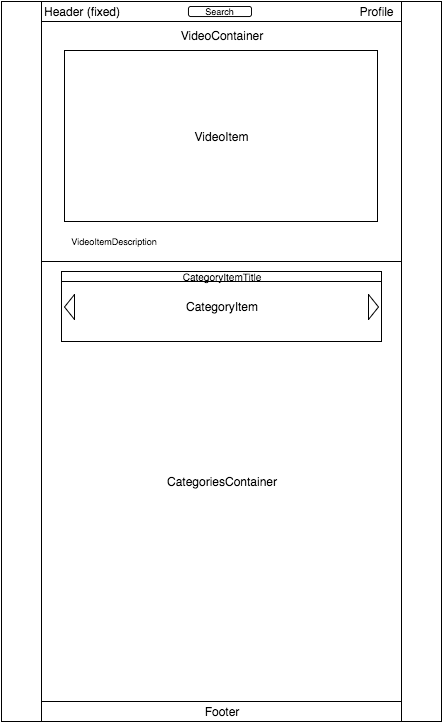
Earlier version of the draw.io export docs/wireframes/Play_view_vanilla_Hulu.png (erhsparks/Hulubaloo). Source tidied: cells renumbered, new cells last; positions are measured from the earlier drawing's top-left corner, leaving out a move shared by most shapes.
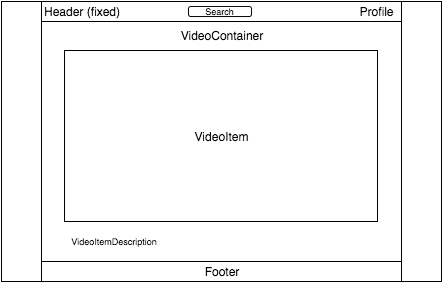
After the change.

Commit message:
simplify playback view

The edit, as a diff of the source:
```diff
@@ -3,13 +3,10 @@
     <mxCell id="0" />
     <mxCell id="1" parent="0" />
     <mxCell id="2" style="whiteSpace=wrap;html=1;" parent="1" vertex="1">
-      <mxGeometry width="440" height="720" as="geometry" />
+      <mxGeometry width="440" height="280" as="geometry" />
     </mxCell>
-    <mxCell id="3" style="whiteSpace=wrap;html=1;" parent="1" vertex="1">
-      <mxGeometry x="40" width="360" height="700" as="geometry" />
-    </mxCell>
     <mxCell id="4" value="Footer" style="whiteSpace=wrap;html=1;" parent="1" vertex="1">
-      <mxGeometry x="40" y="700" width="360" height="20" as="geometry" />
+      <mxGeometry x="40" y="260" width="360" height="20" as="geometry" />
     </mxCell>
     <mxCell id="5" style="whiteSpace=wrap;html=1;verticalAlign=top;align=left;" parent="1" vertex="1">
       <mxGeometry x="40" width="360" height="260" as="geometry" />
@@ -23,21 +20,6 @@
     <mxCell id="8" value="Search" style="rounded=1;whiteSpace=wrap;html=1;arcSize=23;fontSize=9;" parent="1" vertex="1">
       <mxGeometry x="187" y="5" width="63" height="10" as="geometry" />
     </mxCell>
-    <mxCell id="9" value="CategoriesContainer" style="whiteSpace=wrap;html=1;" parent="1" vertex="1">
-      <mxGeometry x="40" y="260" width="360" height="440" as="geometry" />
-    </mxCell>
-    <mxCell id="10" value="CategoryItem" style="whiteSpace=wrap;html=1;" parent="1" vertex="1">
-      <mxGeometry x="60" y="270" width="320" height="70" as="geometry" />
-    </mxCell>
-    <mxCell id="11" style="triangle;whiteSpace=wrap;html=1;" parent="1" vertex="1">
-      <mxGeometry x="367" y="293" width="10" height="25" as="geometry" />
-    </mxCell>
-    <mxCell id="12" style="triangle;whiteSpace=wrap;html=1;direction=west;" parent="1" vertex="1">
-      <mxGeometry x="63" y="293" width="10" height="25" as="geometry" />
-    </mxCell>
-    <mxCell id="13" value="CategoryItemTitle" style="whiteSpace=wrap;html=1;fontSize=10;" parent="1" vertex="1">
-      <mxGeometry x="60" y="270" width="320" height="10" as="geometry" />
-    </mxCell>
     <mxCell id="14" value="VideoContainer" style="whiteSpace=wrap;html=1;strokeColor=#000000;fontSize=12;fontColor=#000000;align=center;verticalAlign=top;" parent="1" vertex="1">
       <mxGeometry x="40" y="20" width="360" height="240" as="geometry" />
     </mxCell>
```
